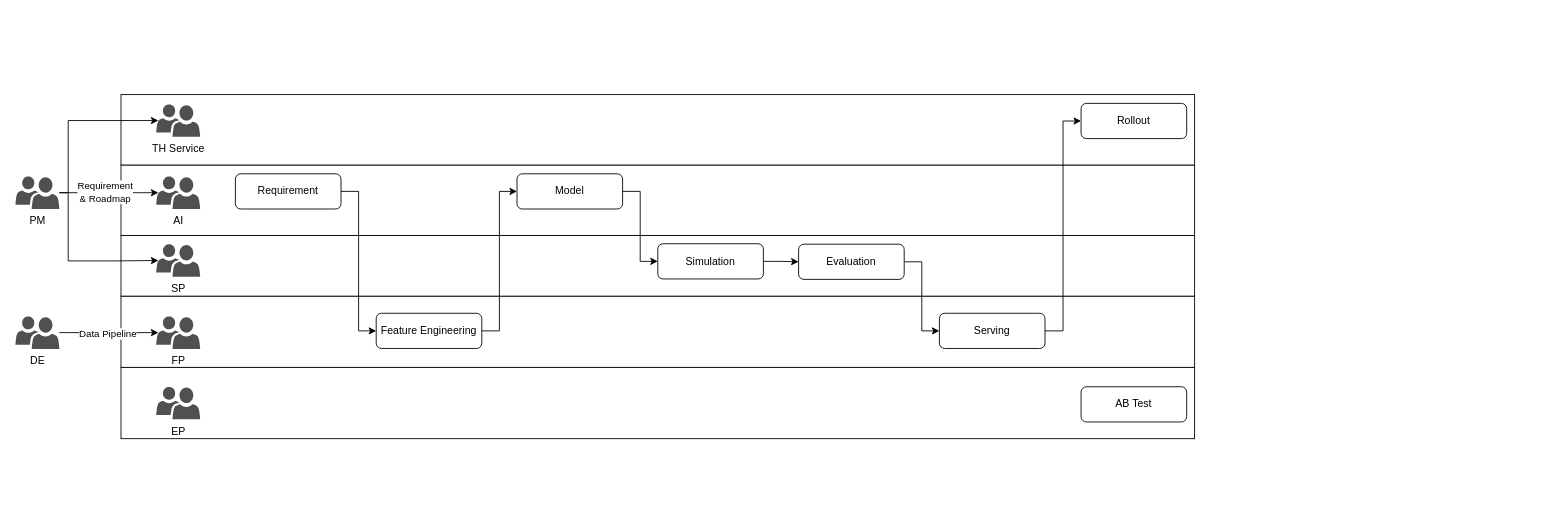
Above: page "第 2 页 的副本 的副本" (4 of 4) of sds-flow.drawio in tallongsun/drawio (draw.io), before the change. Source tidied: cells renumbered, new cells numbered last; positions are measured from the earlier drawing's top-left corner, leaving out a move shared by most shapes. Both pictures are drawn from the tidied source at 88%, with x=0, y=0 at pixel (15, 94).
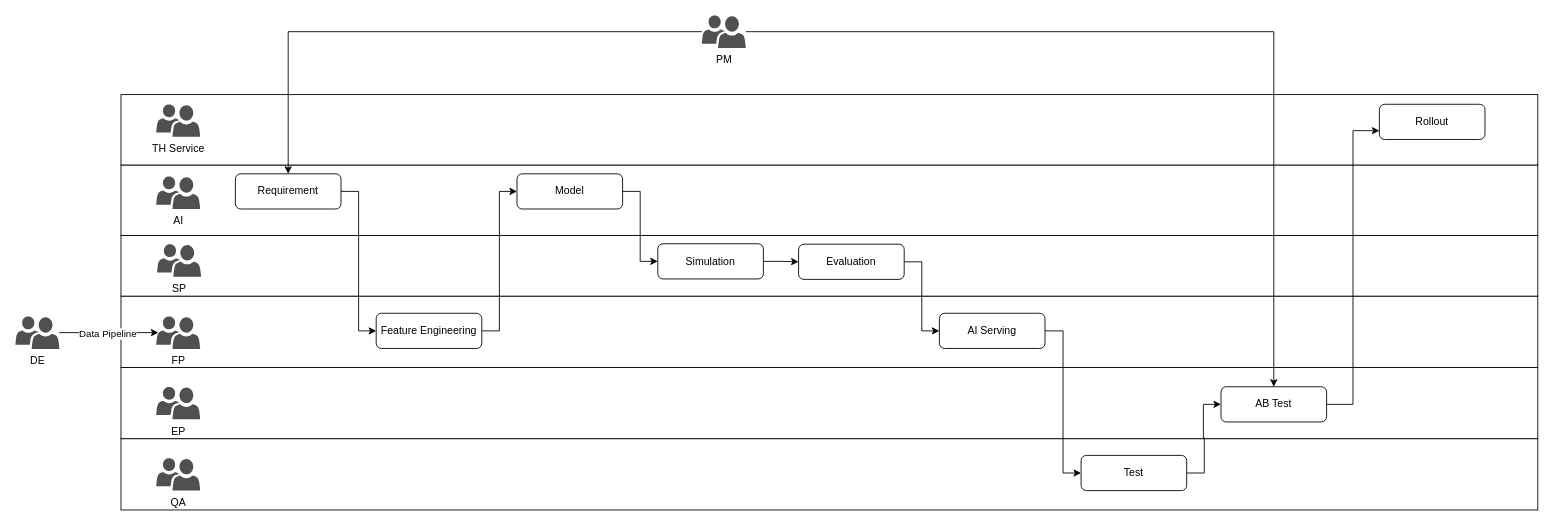
Above is the later version.

Unchanged cells that the change refers to:
```xml
<mxCell id="7" value="Requirement" style="rounded=1;whiteSpace=wrap;html=1;" parent="1" vertex="1">
  <mxGeometry x="250" y="90" width="120" height="40" as="geometry" />
</mxCell>
<mxCell id="8" value="AI" style="sketch=0;shadow=0;dashed=0;html=1;strokeColor=none;labelPosition=center;verticalLabelPosition=bottom;verticalAlign=top;align=center;fillColor=#505050;shape=mxgraph.mscae.intune.user_group;" parent="1" vertex="1">
  <mxGeometry x="160" y="93" width="50" height="37" as="geometry" />
</mxCell>
<mxCell id="22" value="TH Service" style="sketch=0;shadow=0;dashed=0;html=1;strokeColor=none;labelPosition=center;verticalLabelPosition=bottom;verticalAlign=top;align=center;fillColor=#505050;shape=mxgraph.mscae.intune.user_group;" parent="1" vertex="1">
  <mxGeometry x="160" y="11" width="50" height="37" as="geometry" />
</mxCell>
```

Diff of the diagram source:
```diff
@@
+    <mxCell id="34" style="rounded=0;whiteSpace=wrap;html=1;" parent="1" vertex="1">
+      <mxGeometry x="120" y="391" width="1610" height="81" as="geometry" />
+    </mxCell>
+    <mxCell id="31" style="rounded=0;whiteSpace=wrap;html=1;" parent="1" vertex="1">
+      <mxGeometry x="120" y="310" width="1610" height="81" as="geometry" />
+    </mxCell>
     <mxCell id="2" style="rounded=0;whiteSpace=wrap;html=1;" parent="1" vertex="1">
-      <mxGeometry x="120" y="229" width="1220" height="81" as="geometry" />
+      <mxGeometry x="120" y="229" width="1610" height="81" as="geometry" />
     </mxCell>
     <mxCell id="3" style="rounded=0;whiteSpace=wrap;html=1;" parent="1" vertex="1">
-      <mxGeometry x="120" y="160" width="1220" height="69" as="geometry" />
+      <mxGeometry x="120" y="160" width="1610" height="69" as="geometry" />
     </mxCell>
     <mxCell id="4" style="rounded=0;whiteSpace=wrap;html=1;" parent="1" vertex="1">
-      <mxGeometry x="120" y="80" width="1220" height="80" as="geometry" />
+      <mxGeometry x="120" y="80" width="1610" height="80" as="geometry" />
     </mxCell>
     <mxCell id="5" style="rounded=0;whiteSpace=wrap;html=1;" parent="1" vertex="1">
-      <mxGeometry x="120" width="1220" height="80" as="geometry" />
+      <mxGeometry x="120" width="1610" height="80" as="geometry" />
     </mxCell>
@@
     <mxCell id="11" value="Rollout" style="rounded=1;whiteSpace=wrap;html=1;" parent="1" vertex="1">
-      <mxGeometry x="1211" y="10" width="120" height="40" as="geometry" />
+      <mxGeometry x="1550" y="11" width="120" height="40" as="geometry" />
     </mxCell>
     <mxCell id="12" value="SP" style="sketch=0;shadow=0;dashed=0;html=1;strokeColor=none;labelPosition=center;verticalLabelPosition=bottom;verticalAlign=top;align=center;fillColor=#505050;shape=mxgraph.mscae.intune.user_group;" parent="1" vertex="1">
-      <mxGeometry x="160" y="170" width="50" height="37" as="geometry" />
+      <mxGeometry x="161" y="170" width="50" height="37" as="geometry" />
     </mxCell>
@@
-    <mxCell id="20" style="edgeStyle=orthogonalEdgeStyle;rounded=0;jettySize=auto;html=1;entryX=0;entryY=0.5;entryDx=0;entryDy=0;" parent="1" edge="1" source="21" target="11">
+    <mxCell id="20" style="edgeStyle=orthogonalEdgeStyle;rounded=0;jettySize=auto;html=1;entryX=0;entryY=0.5;entryDx=0;entryDy=0;" parent="1" edge="1" source="21" target="40">
       <mxGeometry relative="1" as="geometry" />
     </mxCell>
-    <mxCell id="21" value="Serving" style="rounded=1;whiteSpace=wrap;html=1;" parent="1" vertex="1">
+    <mxCell id="21" value="AI Serving" style="rounded=1;whiteSpace=wrap;html=1;" parent="1" vertex="1">
       <mxGeometry x="1050" y="248.5" width="120" height="40" as="geometry" />
     </mxCell>
@@
+    <mxCell id="35" style="edgeStyle=orthogonalEdgeStyle;rounded=0;jettySize=auto;html=1;entryX=0.5;entryY=0;entryDx=0;entryDy=0;" parent="1" edge="1" source="23" target="7">
+      <mxGeometry relative="1" as="geometry" />
+    </mxCell>
+    <mxCell id="36" style="edgeStyle=orthogonalEdgeStyle;rounded=0;jettySize=auto;html=1;" parent="1" edge="1" source="23" target="33">
+      <mxGeometry relative="1" as="geometry" />
+    </mxCell>
     <mxCell id="23" value="PM" style="sketch=0;shadow=0;dashed=0;html=1;strokeColor=none;labelPosition=center;verticalLabelPosition=bottom;verticalAlign=top;align=center;fillColor=#505050;shape=mxgraph.mscae.intune.user_group;" parent="1" vertex="1">
-      <mxGeometry y="93" width="50" height="37" as="geometry" />
+      <mxGeometry x="780" y="-90" width="50" height="37" as="geometry" />
     </mxCell>
-    <mxCell id="24" style="edgeStyle=orthogonalEdgeStyle;rounded=0;jettySize=auto;html=1;entryX=0.05;entryY=0.5;entryDx=0;entryDy=0;entryPerimeter=0;" parent="1" edge="1" source="23" target="8">
-      <mxGeometry relative="1" as="geometry" />
-    </mxCell>
-    <mxCell id="25" value="Requirement &lt;br&gt;&amp;amp; Roadmap" style="edgeLabel;html=1;align=center;verticalAlign=middle;" parent="24" vertex="1">
-      <mxGeometry x="-0.24" y="1" relative="1" as="geometry">
-        <mxPoint x="8" as="offset" />
-      </mxGeometry>
-    </mxCell>
@@
-    <mxCell id="29" style="edgeStyle=orthogonalEdgeStyle;rounded=0;jettySize=auto;html=1;entryX=0.05;entryY=0.5;entryDx=0;entryDy=0;entryPerimeter=0;" parent="1" edge="1" source="23" target="22">
-      <mxGeometry relative="1" as="geometry">
-        <Array as="points">
-          <mxPoint x="60" y="112" />
-          <mxPoint x="60" y="29" />
-          <mxPoint x="163" y="29" />
-        </Array>
-      </mxGeometry>
-    </mxCell>
-    <mxCell id="30" style="edgeStyle=orthogonalEdgeStyle;rounded=0;jettySize=auto;html=1;exitX=0.968;exitY=0.52;exitDx=0;exitDy=0;exitPerimeter=0;entryX=0.05;entryY=0.5;entryDx=0;entryDy=0;entryPerimeter=0;" parent="1" edge="1" target="12">
-      <mxGeometry relative="1" as="geometry">
-        <mxPoint x="60" y="112.2" as="sourcePoint" />
-        <Array as="points">
-          <mxPoint x="60" y="189" />
-          <mxPoint x="112" y="189" />
-        </Array>
-      </mxGeometry>
-    </mxCell>
-    <mxCell id="31" style="rounded=0;whiteSpace=wrap;html=1;" parent="1" vertex="1">
-      <mxGeometry x="120" y="310" width="1220" height="81" as="geometry" />
-    </mxCell>
@@
+    <mxCell id="37" style="edgeStyle=orthogonalEdgeStyle;rounded=0;jettySize=auto;html=1;entryX=0;entryY=0.75;entryDx=0;entryDy=0;" parent="1" edge="1" source="33" target="11">
+      <mxGeometry relative="1" as="geometry" />
+    </mxCell>
     <mxCell id="33" value="AB Test" style="rounded=1;whiteSpace=wrap;html=1;" parent="1" vertex="1">
-      <mxGeometry x="1211" y="332" width="120" height="40" as="geometry" />
+      <mxGeometry x="1370" y="332" width="120" height="40" as="geometry" />
     </mxCell>
+    <mxCell id="38" value="QA" style="sketch=0;shadow=0;dashed=0;html=1;strokeColor=none;labelPosition=center;verticalLabelPosition=bottom;verticalAlign=top;align=center;fillColor=#505050;shape=mxgraph.mscae.intune.user_group;" parent="1" vertex="1">
+      <mxGeometry x="160" y="413" width="50" height="37" as="geometry" />
+    </mxCell>
+    <mxCell id="39" style="edgeStyle=orthogonalEdgeStyle;rounded=0;jettySize=auto;html=1;entryX=0;entryY=0.5;entryDx=0;entryDy=0;" parent="1" edge="1" source="40" target="33">
+      <mxGeometry relative="1" as="geometry" />
+    </mxCell>
+    <mxCell id="40" value="Test" style="rounded=1;whiteSpace=wrap;html=1;" parent="1" vertex="1">
+      <mxGeometry x="1211" y="410" width="120" height="40" as="geometry" />
+    </mxCell>
```
